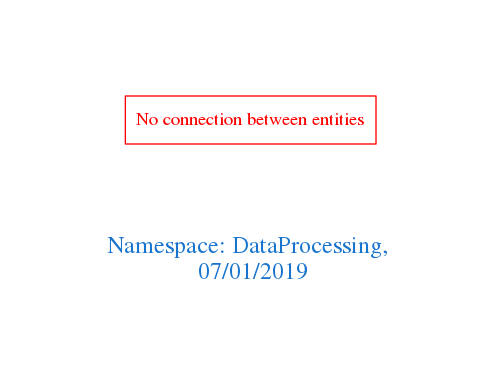
Above: downloads/DataProcessing.png in arago/OGIT (Graphviz), before the change. Its source is kept beside it as downloads/DataProcessing.dot.
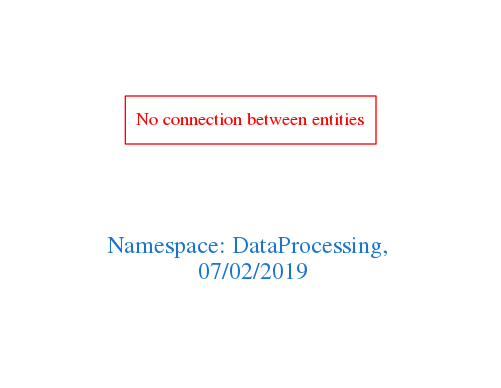
The same file after the commit.

Diff of the diagram source:
```diff
@@ -1,7 +1,7 @@
 digraph OGIT_ontology {
  graph [ rankdir= LR,pad=1
 fontsize = 18,
-fontcolor= dodgerblue3,label = "\n\n\nNamespace: DataProcessing, \n 07/01/2019"];
+fontcolor= dodgerblue3,label = "\n\n\nNamespace: DataProcessing, \n 07/02/2019"];
 node[shape=polygon];
 edge [  color="gray81"];
 
```
